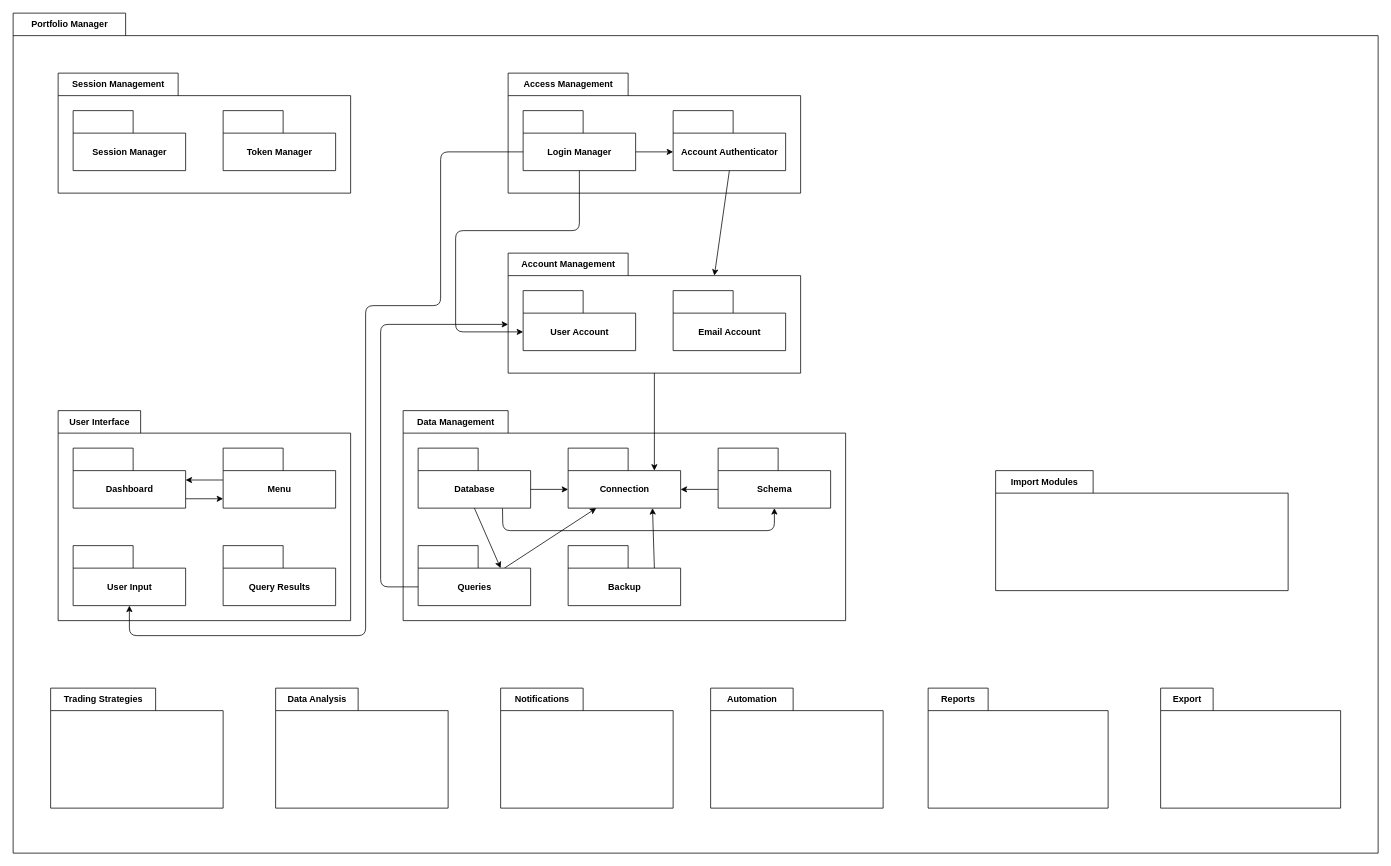
Earlier version of the draw.io diagram documentation/uml_package_diagram.drawio (kevanoullio/portfolio-manager). Source tidied: cells renumbered, new cells numbered last; positions are measured from the earlier drawing's top-left corner, leaving out a move shared by most shapes. Both pictures are drawn from the tidied source at 75%, with x=0, y=0 at pixel (13, 13).
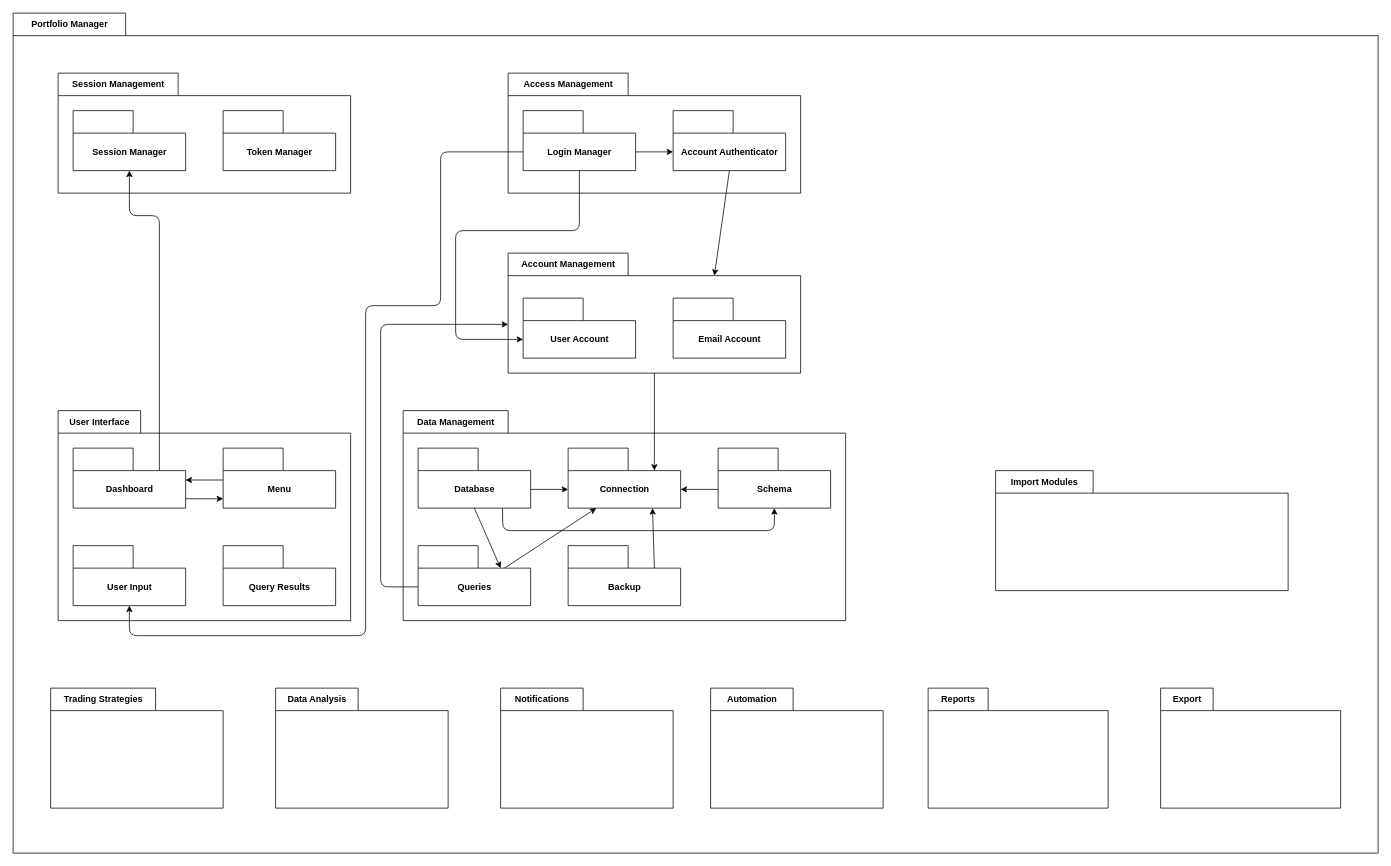
The same diagram, later.

The change refers to these unchanged cells:
```xml
<mxCell id="2" value="Portfolio Manager" style="shape=folder;fontStyle=1;tabWidth=150;tabHeight=30;tabPosition=left;html=1;boundedLbl=1;labelInHeader=1;" parent="1" vertex="1">
  <mxGeometry width="1820" height="1120" as="geometry" />
</mxCell>
<mxCell id="4" value="Session Manager" style="shape=folder;fontStyle=1;tabWidth=80;tabHeight=30;tabPosition=left;html=1;boundedLbl=1;" parent="3" vertex="1">
  <mxGeometry x="20" y="50" width="150" height="80" as="geometry" />
</mxCell>
<mxCell id="8" value="Dashboard" style="shape=folder;fontStyle=1;tabWidth=80;tabHeight=30;tabPosition=left;html=1;boundedLbl=1;" parent="6" vertex="1">
  <mxGeometry x="20" y="50" width="150" height="80" as="geometry" />
</mxCell>
<mxCell id="33" value="Login Manager" style="shape=folder;fontStyle=1;tabWidth=80;tabHeight=30;tabPosition=left;html=1;boundedLbl=1;" parent="31" vertex="1">
  <mxGeometry x="20" y="50" width="150" height="80" as="geometry" />
</mxCell>
<mxCell id="35" value="Account Management" style="shape=folder;fontStyle=1;tabWidth=160;tabHeight=30;tabPosition=left;html=1;boundedLbl=1;labelInHeader=1;" parent="2" vertex="1">
  <mxGeometry x="660" y="320" width="390" height="160" as="geometry" />
</mxCell>
```

The edit, as a diff of the source:
```diff
@@
     <mxCell id="36" value="User Account" style="shape=folder;fontStyle=1;tabWidth=80;tabHeight=30;tabPosition=left;html=1;boundedLbl=1;" parent="35" vertex="1">
-      <mxGeometry x="20" y="50" width="150" height="80" as="geometry" />
+      <mxGeometry x="20" y="60" width="150" height="80" as="geometry" />
     </mxCell>
     <mxCell id="37" value="Email Account" style="shape=folder;fontStyle=1;tabWidth=80;tabHeight=30;tabPosition=left;html=1;boundedLbl=1;" parent="35" vertex="1">
-      <mxGeometry x="220" y="50" width="150" height="80" as="geometry" />
+      <mxGeometry x="220" y="60" width="150" height="80" as="geometry" />
     </mxCell>
@@
     <mxCell id="39" style="edgeStyle=none;html=1;exitX=0.5;exitY=1;exitDx=0;exitDy=0;exitPerimeter=0;entryX=0;entryY=0;entryDx=0;entryDy=55;entryPerimeter=0;" parent="2" edge="1" source="33" target="36">
       <mxGeometry relative="1" as="geometry">
         <Array as="points">
           <mxPoint x="755" y="290" />
           <mxPoint x="590" y="290" />
-          <mxPoint x="590" y="425" />
+          <mxPoint x="590" y="435" />
         </Array>
       </mxGeometry>
     </mxCell>
@@
+    <mxCell id="44" style="edgeStyle=none;html=1;exitX=0;exitY=0;exitDx=115;exitDy=30;exitPerimeter=0;entryX=0.5;entryY=1;entryDx=0;entryDy=0;entryPerimeter=0;" parent="2" edge="1" source="8" target="4">
+      <mxGeometry relative="1" as="geometry">
+        <Array as="points">
+          <mxPoint x="195" y="270" />
+          <mxPoint x="155" y="270" />
+        </Array>
+      </mxGeometry>
+    </mxCell>
```
